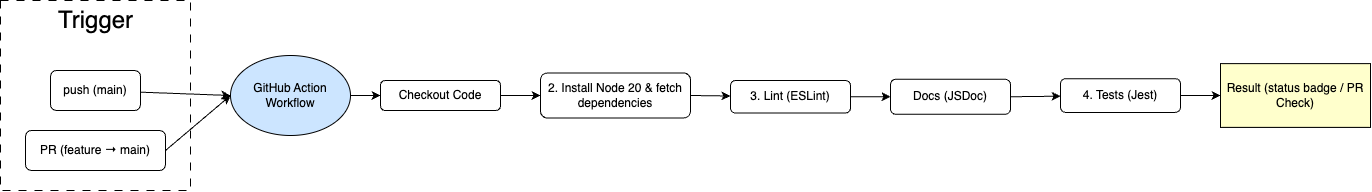
Earlier version of the draw.io export admin/cipipeline/phase1.drawio.png (cse110-sp25-group28/cse110-sp25-group28). Source tidied: cells renumbered, new cells last; positions are measured from the earlier drawing's top-left corner, leaving out a move shared by most shapes.
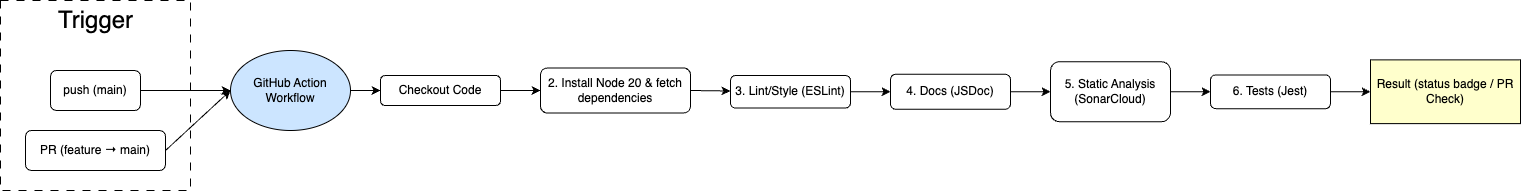
After the commit.

Commit message:
Added static analysis to pipeline diagram

Change to the diagram source:
```diff
@@ -15,7 +15,7 @@
       <mxGeometry x="50" y="70" width="90" height="40" as="geometry" />
     </mxCell>
     <mxCell id="6" value="GitHub Action Workflow" style="ellipse;whiteSpace=wrap;html=1;fillColor=#CCE5FF;" parent="1" vertex="1">
-      <mxGeometry x="230" y="55" width="120" height="80" as="geometry" />
+      <mxGeometry x="230" y="50" width="120" height="80" as="geometry" />
     </mxCell>
     <mxCell id="7" style="endArrow=classic;html=1;exitX=1;exitY=0.5;exitDx=0;exitDy=0;entryX=0;entryY=0.5;entryDx=0;entryDy=0;" parent="1" edge="1" source="4" target="6">
       <mxGeometry relative="1" as="geometry" />
@@ -27,13 +27,13 @@
       <mxGeometry relative="1" as="geometry" />
     </mxCell>
     <mxCell id="10" value="Checkout Code" style="rounded=1;whiteSpace=wrap;html=1;" parent="1" vertex="1">
-      <mxGeometry x="380" y="80" width="120" height="30" as="geometry" />
+      <mxGeometry x="380" y="75" width="120" height="30" as="geometry" />
     </mxCell>
     <mxCell id="11" style="endArrow=classic;html=1;exitX=1;exitY=0.5;exitDx=0;exitDy=0;" parent="1" edge="1" source="10" target="12">
       <mxGeometry relative="1" as="geometry" />
     </mxCell>
     <mxCell id="12" value="2. Install Node 20 &amp;amp; fetch dependencies" style="rounded=1;whiteSpace=wrap;html=1;" parent="1" vertex="1">
-      <mxGeometry x="540" y="72.5" width="150" height="45" as="geometry" />
+      <mxGeometry x="540" y="67.5" width="150" height="45" as="geometry" />
     </mxCell>
     <mxCell id="13" style="endArrow=classic;html=1;exitX=1;exitY=0.5;exitDx=0;exitDy=0;" parent="1" edge="1" source="12" target="15">
       <mxGeometry relative="1" as="geometry" />
@@ -41,23 +41,29 @@
     <mxCell id="14" style="edgeStyle=none;html=1;" parent="1" edge="1" source="15" target="20">
       <mxGeometry relative="1" as="geometry" />
     </mxCell>
-    <mxCell id="15" value="3. Lint (ESLint)" style="rounded=1;whiteSpace=wrap;html=1;" parent="1" vertex="1">
-      <mxGeometry x="730" y="80" width="120" height="32.5" as="geometry" />
+    <mxCell id="15" value="3. Lint/Style (ESLint)" style="rounded=1;whiteSpace=wrap;html=1;" parent="1" vertex="1">
+      <mxGeometry x="730" y="75" width="120" height="32.5" as="geometry" />
     </mxCell>
-    <mxCell id="16" value="4. Tests (Jest)" style="whiteSpace=wrap;html=1;rounded=1;" parent="1" vertex="1">
-      <mxGeometry x="1060" y="78.1" width="120" height="33.8" as="geometry" />
+    <mxCell id="16" value="6. Tests (Jest)" style="whiteSpace=wrap;html=1;rounded=1;" parent="1" vertex="1">
+      <mxGeometry x="1210" y="74.4" width="120" height="33.8" as="geometry" />
     </mxCell>
     <mxCell id="17" value="Result (status badge / PR Check)" style="rounded=0;whiteSpace=wrap;html=1;fillColor=#FFFFCC;" parent="1" vertex="1">
-      <mxGeometry x="1220" y="63.1" width="150" height="63.8" as="geometry" />
+      <mxGeometry x="1370" y="59.4" width="150" height="63.8" as="geometry" />
     </mxCell>
     <mxCell id="18" style="endArrow=classic;html=1;entryX=0;entryY=0.5;entryDx=0;entryDy=0;exitX=1;exitY=0.5;exitDx=0;exitDy=0;" parent="1" edge="1" source="16" target="17">
       <mxGeometry relative="1" as="geometry" />
     </mxCell>
-    <mxCell id="19" style="edgeStyle=none;html=1;exitX=1;exitY=0.5;exitDx=0;exitDy=0;" parent="1" edge="1" source="20" target="16">
+    <mxCell id="19" style="edgeStyle=none;html=1;exitX=1;exitY=0.5;exitDx=0;exitDy=0;" parent="1" edge="1" source="20" target="22">
       <mxGeometry relative="1" as="geometry" />
     </mxCell>
-    <mxCell id="20" value="Docs (JSDoc)" style="rounded=1;whiteSpace=wrap;html=1;" parent="1" vertex="1">
-      <mxGeometry x="890" y="78.8" width="120" height="35" as="geometry" />
+    <mxCell id="20" value="4. Docs (JSDoc)" style="rounded=1;whiteSpace=wrap;html=1;" parent="1" vertex="1">
+      <mxGeometry x="890" y="73.8" width="120" height="35" as="geometry" />
     </mxCell>
+    <mxCell id="21" style="edgeStyle=none;html=1;exitX=1;exitY=0.5;exitDx=0;exitDy=0;" parent="1" edge="1" source="22" target="16">
+      <mxGeometry relative="1" as="geometry" />
+    </mxCell>
+    <mxCell id="22" value="5. Static Analysis (SonarCloud)" style="rounded=1;whiteSpace=wrap;html=1;" parent="1" vertex="1">
+      <mxGeometry x="1050" y="61.2" width="120" height="60" as="geometry" />
+    </mxCell>
   </root>
 </mxGraphModel>
```
